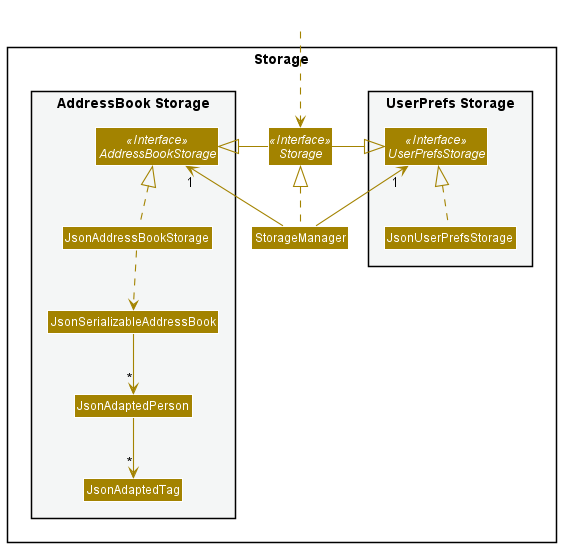
Earlier version of the PlantUML export docs/diagrams/StorageClassDiagram.png (nus-cs2103-AY2122S1/tp). Its diagram source:
```plantuml
@startuml
!include style.puml
skinparam arrowThickness 1.1
skinparam arrowColor STORAGE_COLOR
skinparam classBackgroundColor STORAGE_COLOR

package Storage{

package "UserPrefs Storage" #F4F6F6{
Interface UserPrefsStorage <<Interface>>
Class JsonUserPrefsStorage
}

Interface Storage <<Interface>>
Class StorageManager

package "AddressBook Storage" #F4F6F6{
Interface AddressBookStorage <<Interface>>
Class JsonAddressBookStorage
Class JsonSerializableAddressBook
Class JsonAdaptedPerson
Class JsonAdaptedTag
}

}

Class HiddenOutside #FFFFFF
HiddenOutside ..> Storage

StorageManager .up.|> Storage
StorageManager -up-> "1" UserPrefsStorage
StorageManager -up-> "1" AddressBookStorage

Storage -left-|> UserPrefsStorage
Storage -right-|> AddressBookStorage

JsonUserPrefsStorage .up.|> UserPrefsStorage
JsonAddressBookStorage .up.|> AddressBookStorage
JsonAddressBookStorage ..> JsonSerializableAddressBook
JsonSerializableAddressBook --> "*" JsonAdaptedPerson
JsonAdaptedPerson --> "*" JsonAdaptedTag

@enduml
```
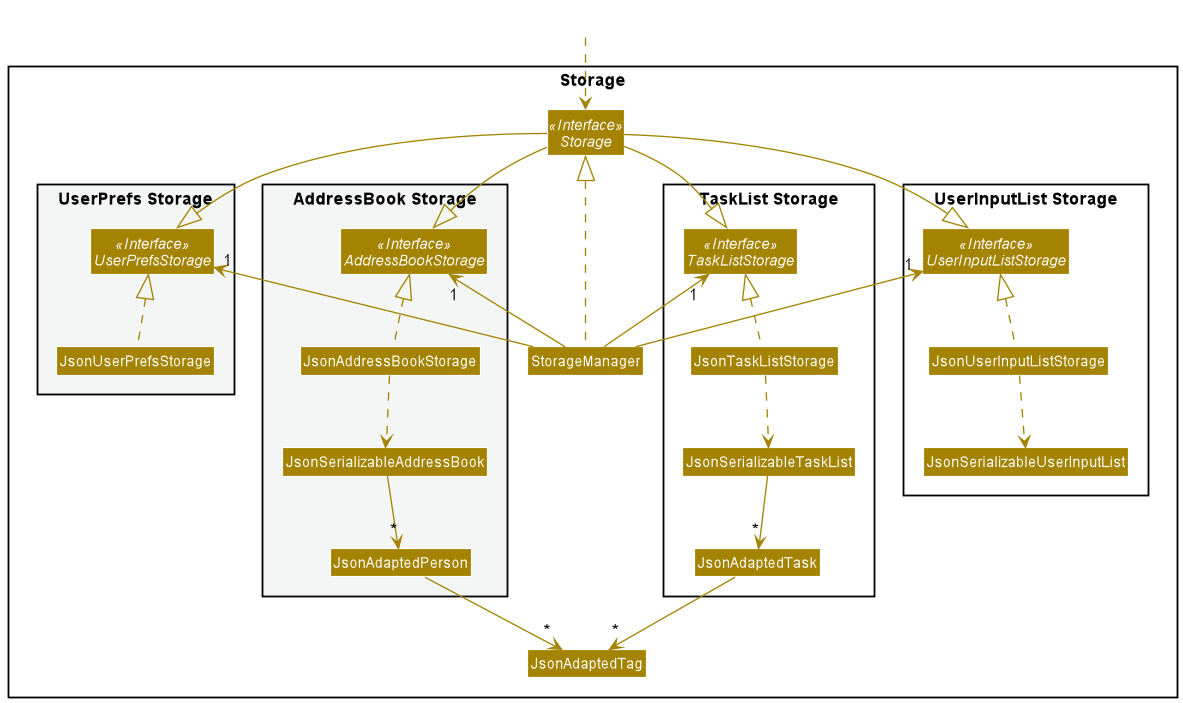
The same diagram one commit later.

What changed in the source:
```diff
@@ -6,21 +6,35 @@
 
 package Storage{
 
+Interface Storage <<Interface>>
+Class StorageManager
+
 package "UserPrefs Storage" #F4F6F6{
 Interface UserPrefsStorage <<Interface>>
 Class JsonUserPrefsStorage
 }
 
-Interface Storage <<Interface>>
-Class StorageManager
+package "TaskList Storage" {
+Interface TaskListStorage <<Interface>>
+Class JsonTaskListStorage
+Class JsonSerializableTaskList
+Class JsonAdaptedTask
+}
 
 package "AddressBook Storage" #F4F6F6{
 Interface AddressBookStorage <<Interface>>
 Class JsonAddressBookStorage
 Class JsonSerializableAddressBook
 Class JsonAdaptedPerson
+}
+
+package "UserInputList Storage" {
+Interface UserInputListStorage <<Interface>>
+Class JsonUserInputListStorage
+Class JsonSerializableUserInputList
+}
+
 Class JsonAdaptedTag
-}
 
 }
 
@@ -30,14 +44,30 @@
 StorageManager .up.|> Storage
 StorageManager -up-> "1" UserPrefsStorage
 StorageManager -up-> "1" AddressBookStorage
+StorageManager -up-> "1" TaskListStorage
+StorageManager -up-> "1" UserInputListStorage
 
-Storage -left-|> UserPrefsStorage
-Storage -right-|> AddressBookStorage
+Storage --|> UserPrefsStorage
+Storage --|> TaskListStorage
+Storage --|> AddressBookStorage
+Storage --|> UserInputListStorage
+UserPrefsStorage -right[hidden]- AddressBookStorage
+AddressBookStorage -right[hidden]- TaskListStorage
+TaskListStorage -right[hidden]- UserInputListStorage
 
 JsonUserPrefsStorage .up.|> UserPrefsStorage
+
 JsonAddressBookStorage .up.|> AddressBookStorage
 JsonAddressBookStorage ..> JsonSerializableAddressBook
 JsonSerializableAddressBook --> "*" JsonAdaptedPerson
 JsonAdaptedPerson --> "*" JsonAdaptedTag
 
+JsonTaskListStorage -up.|> TaskListStorage
+JsonTaskListStorage ..> JsonSerializableTaskList
+JsonSerializableTaskList --> "*" JsonAdaptedTask
+JsonAdaptedTask --> "*" JsonAdaptedTag
+
+JsonUserInputListStorage -up.|> UserInputListStorage
+JsonUserInputListStorage ..> JsonSerializableUserInputList
+
 @enduml
```
